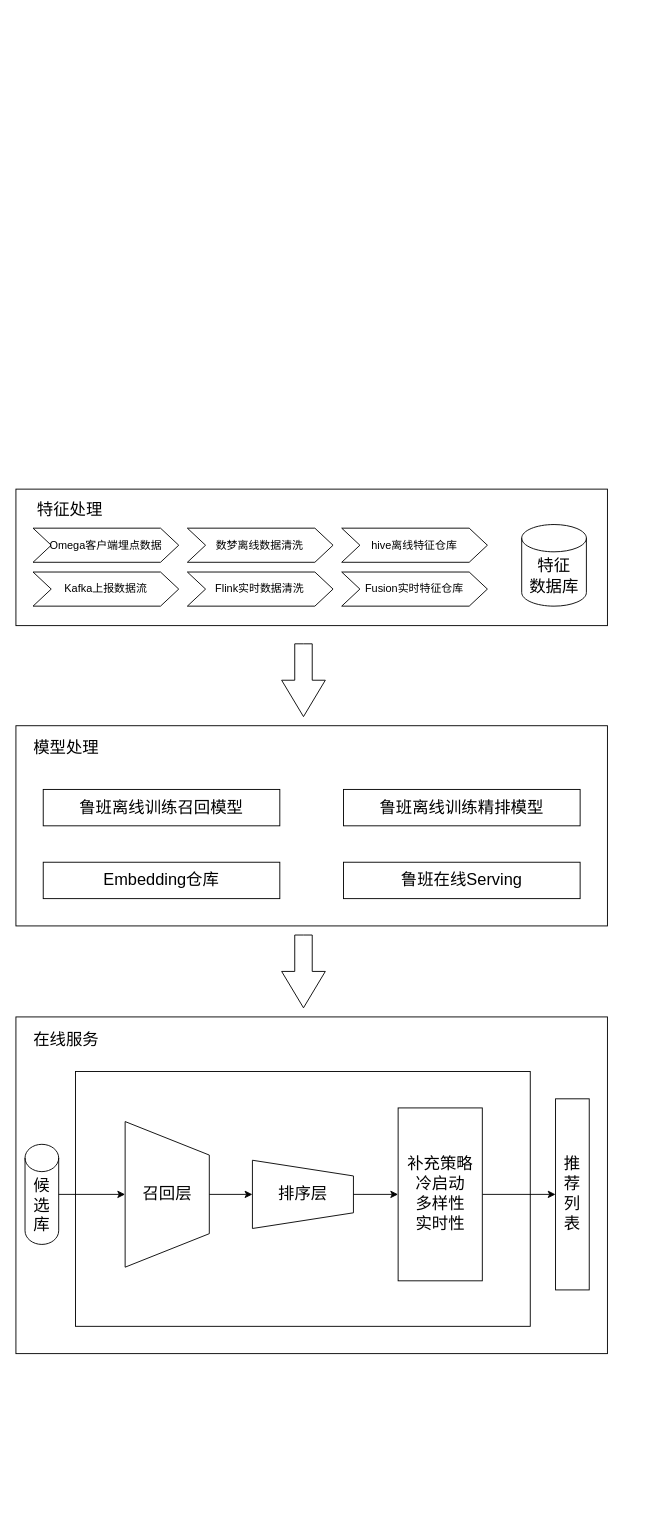
cyejing/cyejingBlog-hexo keeps this draw.io diagram as scaffolds/推荐系统.drawio. Above is the earlier version. Source tidied: cells renumbered, new cells numbered last; positions are measured from the earlier drawing's top-left corner, leaving out a move shared by most shapes. Both pictures are drawn from the tidied source at 91%, with x=0, y=0 at pixel (15, 489).
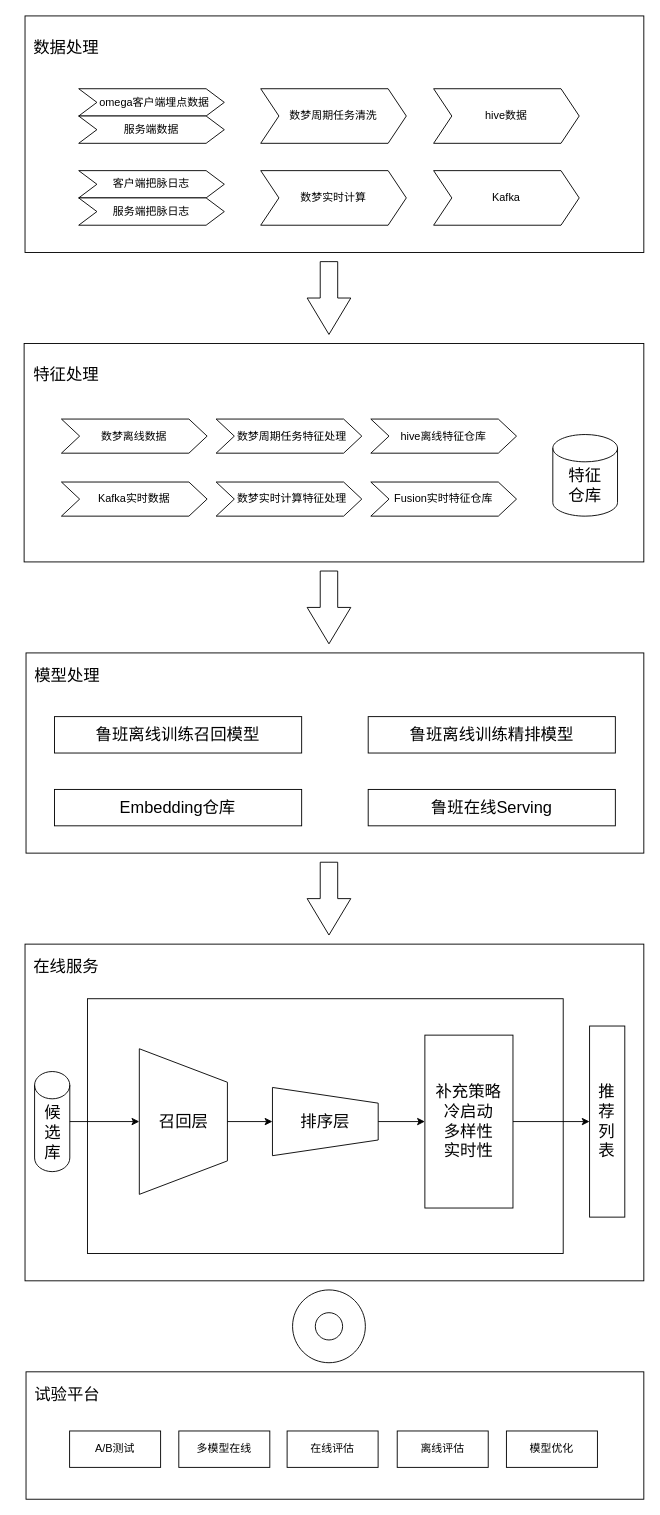
After the change.

Commit message:
更新推荐系统.drawio

What changed in the source:
```diff
@@
+    <mxCell id="33" style="rounded=0;whiteSpace=wrap;html=1;" parent="1" vertex="1">
+      <mxGeometry x="10" y="-520" width="680" height="260" as="geometry" />
+    </mxCell>
+    <mxCell id="14" style="html=1;shadow=0;dashed=0;align=center;verticalAlign=middle;shape=mxgraph.arrows2.arrow;dy=0.6;dx=40;direction=south;notch=0;fontSize=18;" parent="1" vertex="1">
+      <mxGeometry x="320" y="90" width="48" height="80" as="geometry" />
+    </mxCell>
+    <mxCell id="15" style="html=1;shadow=0;dashed=0;align=center;verticalAlign=middle;shape=mxgraph.arrows2.arrow;dy=0.6;dx=40;direction=south;notch=0;fontSize=18;" parent="1" vertex="1">
+      <mxGeometry x="320" y="410" width="48" height="80" as="geometry" />
+    </mxCell>
+    <mxCell id="5" style="rounded=0;whiteSpace=wrap;html=1;" parent="1" vertex="1">
+      <mxGeometry x="9" y="-160" width="681" height="240" as="geometry" />
+    </mxCell>
+    <mxCell id="6" value="特征处理" style="text;html=1;align=center;verticalAlign=middle;fillColor=none;strokeColor=none;rounded=0;fontSize=18;" parent="1" vertex="1">
+      <mxGeometry x="10" y="-140" width="90" height="30" as="geometry" />
+    </mxCell>
+    <mxCell id="8" value="数梦周期任务清洗" style="shape=step;perimeter=stepPerimeter;whiteSpace=wrap;html=1;fixedSize=1;" parent="1" vertex="1">
+      <mxGeometry x="269" y="-440" width="160" height="60" as="geometry" />
+    </mxCell>
+    <mxCell id="9" value="hive离线特征仓库" style="shape=step;perimeter=stepPerimeter;whiteSpace=wrap;html=1;fixedSize=1;" parent="1" vertex="1">
+      <mxGeometry x="390" y="-77" width="160.1" height="37.5" as="geometry" />
+    </mxCell>
+    <mxCell id="12" value="Kafka实时数据" style="shape=step;perimeter=stepPerimeter;whiteSpace=wrap;html=1;fixedSize=1;" parent="1" vertex="1">
+      <mxGeometry x="50" y="-7.8" width="160.1" height="37.5" as="geometry" />
+    </mxCell>
+    <mxCell id="13" value="特征&lt;br&gt;仓库" style="shape=cylinder3;whiteSpace=wrap;html=1;boundedLbl=1;backgroundOutline=1;size=15;fontSize=18;" parent="1" vertex="1">
+      <mxGeometry x="590" y="-60" width="71.1" height="89.7" as="geometry" />
+    </mxCell>
+    <mxCell id="34" value="数据处理" style="text;html=1;align=center;verticalAlign=middle;fillColor=none;strokeColor=none;rounded=0;fontSize=18;" parent="1" vertex="1">
+      <mxGeometry x="10" y="-500" width="90" height="30" as="geometry" />
+    </mxCell>
+    <mxCell id="35" value="hive数据" style="shape=step;perimeter=stepPerimeter;whiteSpace=wrap;html=1;fixedSize=1;" parent="1" vertex="1">
+      <mxGeometry x="459" y="-440" width="160" height="60" as="geometry" />
+    </mxCell>
+    <mxCell id="36" value="&amp;nbsp; omega客户端埋点数据" style="shape=step;perimeter=stepPerimeter;whiteSpace=wrap;html=1;fixedSize=1;" parent="1" vertex="1">
+      <mxGeometry x="69" y="-440" width="160" height="30" as="geometry" />
+    </mxCell>
+    <mxCell id="37" value="服务端数据" style="shape=step;perimeter=stepPerimeter;whiteSpace=wrap;html=1;fixedSize=1;" parent="1" vertex="1">
+      <mxGeometry x="69" y="-410" width="160" height="30" as="geometry" />
+    </mxCell>
+    <mxCell id="38" value="数梦实时计算" style="shape=step;perimeter=stepPerimeter;whiteSpace=wrap;html=1;fixedSize=1;" parent="1" vertex="1">
+      <mxGeometry x="269" y="-350" width="160" height="60" as="geometry" />
+    </mxCell>
+    <mxCell id="39" value="Kafka" style="shape=step;perimeter=stepPerimeter;whiteSpace=wrap;html=1;fixedSize=1;" parent="1" vertex="1">
+      <mxGeometry x="459" y="-350" width="160" height="60" as="geometry" />
+    </mxCell>
+    <mxCell id="40" value="客户端把脉日志" style="shape=step;perimeter=stepPerimeter;whiteSpace=wrap;html=1;fixedSize=1;" parent="1" vertex="1">
+      <mxGeometry x="69" y="-350" width="160" height="30" as="geometry" />
+    </mxCell>
+    <mxCell id="41" value="服务端把脉日志" style="shape=step;perimeter=stepPerimeter;whiteSpace=wrap;html=1;fixedSize=1;" parent="1" vertex="1">
+      <mxGeometry x="69" y="-320" width="160" height="30" as="geometry" />
+    </mxCell>
+    <mxCell id="42" style="html=1;shadow=0;dashed=0;align=center;verticalAlign=middle;shape=mxgraph.arrows2.arrow;dy=0.6;dx=40;direction=south;notch=0;fontSize=18;" parent="1" vertex="1">
+      <mxGeometry x="320" y="-250" width="48" height="80" as="geometry" />
+    </mxCell>
+    <mxCell id="43" value="数梦离线数据" style="shape=step;perimeter=stepPerimeter;whiteSpace=wrap;html=1;fixedSize=1;" parent="1" vertex="1">
+      <mxGeometry x="50" y="-77" width="160.1" height="37.5" as="geometry" />
+    </mxCell>
+    <mxCell id="44" value="&amp;nbsp; 数梦周期任务特征处理" style="shape=step;perimeter=stepPerimeter;whiteSpace=wrap;html=1;fixedSize=1;" parent="1" vertex="1">
+      <mxGeometry x="220" y="-77" width="160.1" height="37.5" as="geometry" />
+    </mxCell>
+    <mxCell id="45" value="&amp;nbsp; 数梦实时计算特征处理" style="shape=step;perimeter=stepPerimeter;whiteSpace=wrap;html=1;fixedSize=1;" parent="1" vertex="1">
+      <mxGeometry x="220" y="-7.8" width="160.1" height="37.5" as="geometry" />
+    </mxCell>
+    <mxCell id="46" value="Fusion实时特征仓库" style="shape=step;perimeter=stepPerimeter;whiteSpace=wrap;html=1;fixedSize=1;" parent="1" vertex="1">
+      <mxGeometry x="390" y="-7.8" width="160.1" height="37.5" as="geometry" />
+    </mxCell>
+    <mxCell id="47" style="group;" parent="1" vertex="1">
+      <mxGeometry x="11.1" y="180" width="678.9" height="220" as="geometry" />
+    </mxCell>
-    <mxCell id="2" style="rounded=0;whiteSpace=wrap;html=1;" parent="1" vertex="1">
-      <mxGeometry y="260" width="650" height="220" as="geometry" />
+    <mxCell id="2" style="rounded=0;whiteSpace=wrap;html=1;" parent="47" vertex="1">
+      <mxGeometry width="678.9" height="220" as="geometry" />
     </mxCell>
-    <mxCell id="3" value="模型处理" style="text;html=1;align=center;verticalAlign=middle;fillColor=none;strokeColor=none;rounded=0;fontSize=18;" parent="1" vertex="1">
-      <mxGeometry x="10" y="270" width="90" height="30" as="geometry" />
+    <mxCell id="3" value="模型处理" style="text;html=1;align=center;verticalAlign=middle;fillColor=none;strokeColor=none;rounded=0;fontSize=18;" parent="47" vertex="1">
+      <mxGeometry y="10" width="90" height="30" as="geometry" />
     </mxCell>
-    <mxCell id="4" style="group;" parent="1" vertex="1">
-      <mxGeometry width="650" height="150" as="geometry" />
-    </mxCell>
-    <mxCell id="5" style="rounded=0;whiteSpace=wrap;html=1;" parent="4" vertex="1">
-      <mxGeometry width="650" height="150" as="geometry" />
-    </mxCell>
-    <mxCell id="6" value="特征处理" style="text;html=1;align=center;verticalAlign=middle;fillColor=none;strokeColor=none;rounded=0;fontSize=18;" parent="4" vertex="1">
-      <mxGeometry x="14.1" y="8" width="90" height="30" as="geometry" />
-    </mxCell>
-    <mxCell id="7" value="Omega客户端埋点数据" style="shape=step;perimeter=stepPerimeter;whiteSpace=wrap;html=1;fixedSize=1;" parent="4" vertex="1">
-      <mxGeometry x="18.8" y="42.9" width="160.1" height="37.5" as="geometry" />
-    </mxCell>
-    <mxCell id="8" value="数梦离线数据清洗" style="shape=step;perimeter=stepPerimeter;whiteSpace=wrap;html=1;fixedSize=1;" parent="4" vertex="1">
-      <mxGeometry x="188.4" y="42.9" width="160.1" height="37.5" as="geometry" />
-    </mxCell>
-    <mxCell id="9" value="hive离线特征仓库" style="shape=step;perimeter=stepPerimeter;whiteSpace=wrap;html=1;fixedSize=1;" parent="4" vertex="1">
-      <mxGeometry x="358" y="42.9" width="160.1" height="37.5" as="geometry" />
-    </mxCell>
-    <mxCell id="10" value="Kafka上报数据流" style="shape=step;perimeter=stepPerimeter;whiteSpace=wrap;html=1;fixedSize=1;" parent="4" vertex="1">
-      <mxGeometry x="18.8" y="91.1" width="160.1" height="37.5" as="geometry" />
-    </mxCell>
-    <mxCell id="11" value="Flink实时数据清洗" style="shape=step;perimeter=stepPerimeter;whiteSpace=wrap;html=1;fixedSize=1;" parent="4" vertex="1">
-      <mxGeometry x="188.4" y="91.1" width="160.1" height="37.5" as="geometry" />
-    </mxCell>
-    <mxCell id="12" value="Fusion实时特征仓库" style="shape=step;perimeter=stepPerimeter;whiteSpace=wrap;html=1;fixedSize=1;" parent="4" vertex="1">
-      <mxGeometry x="358" y="91.1" width="160.1" height="37.5" as="geometry" />
-    </mxCell>
-    <mxCell id="13" value="特征&lt;br&gt;数据库" style="shape=cylinder3;whiteSpace=wrap;html=1;boundedLbl=1;backgroundOutline=1;size=15;fontSize=18;" parent="4" vertex="1">
-      <mxGeometry x="555.8" y="38.9" width="71.1" height="89.7" as="geometry" />
-    </mxCell>
-    <mxCell id="14" style="html=1;shadow=0;dashed=0;align=center;verticalAlign=middle;shape=mxgraph.arrows2.arrow;dy=0.6;dx=40;direction=south;notch=0;fontSize=18;" parent="1" vertex="1">
-      <mxGeometry x="292" y="170" width="48" height="80" as="geometry" />
-    </mxCell>
-    <mxCell id="15" style="html=1;shadow=0;dashed=0;align=center;verticalAlign=middle;shape=mxgraph.arrows2.arrow;dy=0.6;dx=40;direction=south;notch=0;fontSize=18;" parent="1" vertex="1">
-      <mxGeometry x="292" y="490" width="48" height="80" as="geometry" />
-    </mxCell>
-    <mxCell id="16" value="鲁班离线训练精排模型" style="rounded=0;whiteSpace=wrap;html=1;fontSize=18;" parent="1" vertex="1">
-      <mxGeometry x="360" y="330" width="260" height="40" as="geometry" />
+    <mxCell id="16" value="鲁班离线训练精排模型" style="rounded=0;whiteSpace=wrap;html=1;fontSize=18;" parent="47" vertex="1">
+      <mxGeometry x="376" y="70" width="271.6" height="40" as="geometry" />
     </mxCell>
-    <mxCell id="17" value="鲁班离线训练召回模型" style="rounded=0;whiteSpace=wrap;html=1;fontSize=18;" parent="1" vertex="1">
-      <mxGeometry x="30" y="330" width="260" height="40" as="geometry" />
+    <mxCell id="17" value="鲁班离线训练召回模型" style="rounded=0;whiteSpace=wrap;html=1;fontSize=18;" parent="47" vertex="1">
+      <mxGeometry x="31.3" y="70" width="271.6" height="40" as="geometry" />
     </mxCell>
-    <mxCell id="18" value="Embedding仓库" style="rounded=0;whiteSpace=wrap;html=1;fontSize=18;" parent="1" vertex="1">
-      <mxGeometry x="30" y="410" width="260" height="40" as="geometry" />
+    <mxCell id="18" value="Embedding仓库" style="rounded=0;whiteSpace=wrap;html=1;fontSize=18;" parent="47" vertex="1">
+      <mxGeometry x="31.3" y="150" width="271.6" height="40" as="geometry" />
     </mxCell>
-    <mxCell id="19" value="鲁班在线Serving" style="rounded=0;whiteSpace=wrap;html=1;fontSize=18;" parent="1" vertex="1">
-      <mxGeometry x="360" y="410" width="260" height="40" as="geometry" />
+    <mxCell id="19" value="鲁班在线Serving" style="rounded=0;whiteSpace=wrap;html=1;fontSize=18;" parent="47" vertex="1">
+      <mxGeometry x="376" y="150" width="271.6" height="40" as="geometry" />
     </mxCell>
+    <mxCell id="48" style="rounded=0;whiteSpace=wrap;html=1;" parent="1" vertex="1">
+      <mxGeometry x="11.1" y="970" width="678.9" height="140" as="geometry" />
+    </mxCell>
+    <mxCell id="49" value="试验平台" style="text;html=1;align=center;verticalAlign=middle;fillColor=none;strokeColor=none;rounded=0;fontSize=18;" parent="1" vertex="1">
+      <mxGeometry x="11.1" y="980" width="90" height="30" as="geometry" />
+    </mxCell>
+    <mxCell id="50" style="verticalLabelPosition=bottom;verticalAlign=top;html=1;shape=mxgraph.basic.donut;dx=25;" parent="1" vertex="1">
+      <mxGeometry x="304" y="880" width="80" height="80" as="geometry" />
+    </mxCell>
     <mxCell id="20" style="rounded=0;whiteSpace=wrap;html=1;" parent="1" vertex="1">
-      <mxGeometry y="580" width="650" height="370" as="geometry" />
+      <mxGeometry x="10" y="500" width="680" height="370" as="geometry" />
     </mxCell>
     <mxCell id="21" value="在线服务" style="text;html=1;align=center;verticalAlign=middle;fillColor=none;strokeColor=none;rounded=0;fontSize=18;" parent="1" vertex="1">
-      <mxGeometry x="10" y="590" width="90" height="30" as="geometry" />
+      <mxGeometry x="10" y="510" width="90" height="30" as="geometry" />
     </mxCell>
     <mxCell id="22" style="group;" parent="1" vertex="1">
-      <mxGeometry x="10" y="640" width="620" height="280" as="geometry" />
+      <mxGeometry x="20.5" y="560" width="648.6" height="280" as="geometry" />
     </mxCell>
     <mxCell id="23" value="推&lt;br&gt;荐&lt;br&gt;列&lt;br&gt;表" style="rounded=0;whiteSpace=wrap;html=1;fontSize=18;" parent="22" vertex="1">
-      <mxGeometry x="583" y="30" width="37" height="210" as="geometry" />
+      <mxGeometry x="609.9" y="30" width="38.7" height="210" as="geometry" />
     </mxCell>
     <mxCell id="24" style="rounded=0;whiteSpace=wrap;html=1;fontSize=18;" parent="22" vertex="1">
-      <mxGeometry x="55.5" width="499.7" height="280" as="geometry" />
+      <mxGeometry x="58.1" width="522.8" height="280" as="geometry" />
     </mxCell>
     <mxCell id="25" value="召回层" style="verticalLabelPosition=middle;verticalAlign=middle;html=1;shape=trapezoid;perimeter=trapezoidPerimeter;whiteSpace=wrap;size=0.23;arcSize=10;flipV=1;labelPosition=center;align=center;fontSize=18;direction=south;" parent="22" vertex="1">
-      <mxGeometry x="110" y="55" width="92.5" height="160" as="geometry" />
+      <mxGeometry x="115.1" y="55" width="96.8" height="160" as="geometry" />
     </mxCell>
     <mxCell id="26" value="排序层" style="verticalLabelPosition=middle;verticalAlign=middle;html=1;shape=trapezoid;perimeter=trapezoidPerimeter;whiteSpace=wrap;size=0.23;arcSize=10;flipV=1;labelPosition=center;align=center;fontSize=18;direction=south;" parent="22" vertex="1">
-      <mxGeometry x="249.9" y="97.5" width="111" height="75" as="geometry" />
+      <mxGeometry x="261.4" y="97.5" width="116.2" height="75" as="geometry" />
     </mxCell>
@@
     <mxCell id="29" value="补充策略&lt;br&gt;冷启动&lt;br&gt;多样性&lt;br&gt;实时性&lt;br&gt;" style="rounded=0;whiteSpace=wrap;html=1;fontSize=18;" parent="22" vertex="1">
-      <mxGeometry x="410" y="40" width="92.5" height="190" as="geometry" />
+      <mxGeometry x="428.9" y="40" width="96.8" height="190" as="geometry" />
     </mxCell>
@@
     <mxCell id="31" value="候&lt;br&gt;选&lt;br&gt;库" style="shape=cylinder3;whiteSpace=wrap;html=1;boundedLbl=1;backgroundOutline=1;size=15;fontSize=18;" parent="22" vertex="1">
-      <mxGeometry y="80" width="37" height="110" as="geometry" />
+      <mxGeometry y="80" width="38.7" height="110" as="geometry" />
     </mxCell>
-    <mxCell id="32" style="edgeStyle=orthogonalEdgeStyle;rounded=0;jettySize=auto;html=1;fontSize=18;entryX=0.5;entryY=1;entryDx=0;entryDy=0;" parent="22" edge="1" source="31" target="25">
+    <mxCell id="32" style="edgeStyle=orthogonalEdgeStyle;rounded=0;jettySize=auto;html=1;fontSize=18;" parent="22" edge="1" source="31" target="25">
       <mxGeometry relative="1" as="geometry" />
     </mxCell>
+    <mxCell id="51" value="A/B测试" style="rounded=0;whiteSpace=wrap;html=1;" parent="1" vertex="1">
+      <mxGeometry x="59" y="1035" width="100" height="40" as="geometry" />
+    </mxCell>
+    <mxCell id="52" value="多模型在线" style="rounded=0;whiteSpace=wrap;html=1;" parent="1" vertex="1">
+      <mxGeometry x="179" y="1035" width="100" height="40" as="geometry" />
+    </mxCell>
+    <mxCell id="53" value="在线评估" style="rounded=0;whiteSpace=wrap;html=1;" parent="1" vertex="1">
+      <mxGeometry x="298" y="1035" width="100" height="40" as="geometry" />
+    </mxCell>
+    <mxCell id="54" value="离线评估" style="rounded=0;whiteSpace=wrap;html=1;" parent="1" vertex="1">
+      <mxGeometry x="419" y="1035" width="100" height="40" as="geometry" />
+    </mxCell>
+    <mxCell id="55" value="模型优化" style="rounded=0;whiteSpace=wrap;html=1;" parent="1" vertex="1">
+      <mxGeometry x="539" y="1035" width="100" height="40" as="geometry" />
+    </mxCell>
```
